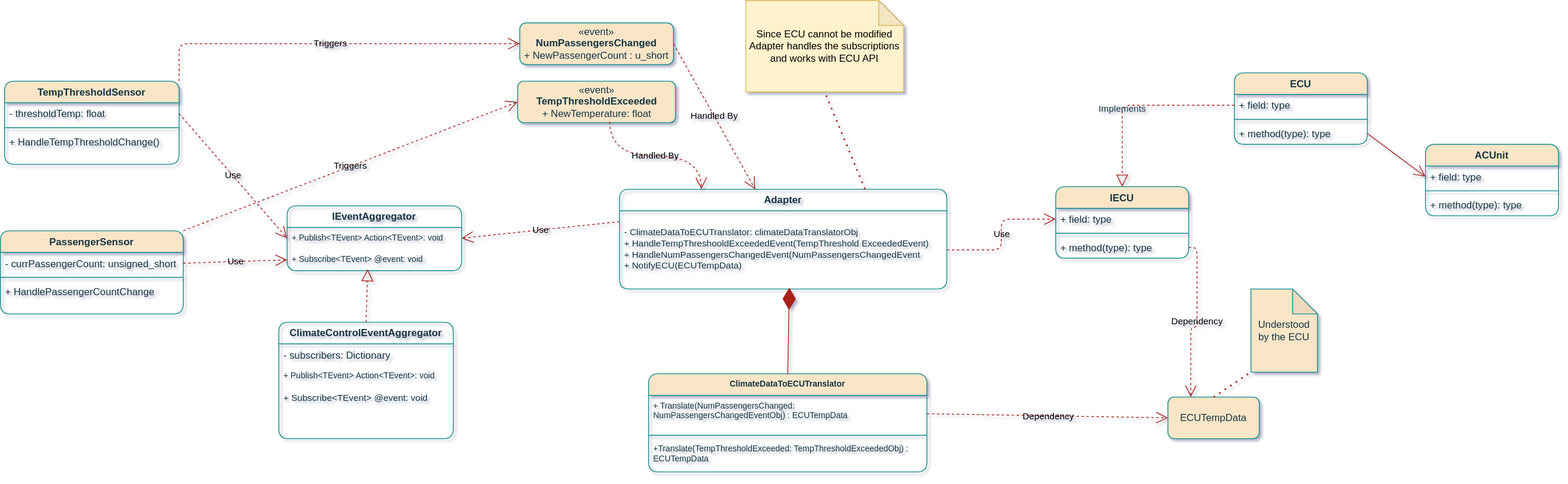
Earlier version of the draw.io export ACCDesignGroup1.drawio.svg (sameert89/AutomaticClimateControlSystem). Source tidied: cells renumbered, new cells last; positions are measured from the earlier drawing's top-left corner, leaving out a move shared by most shapes.
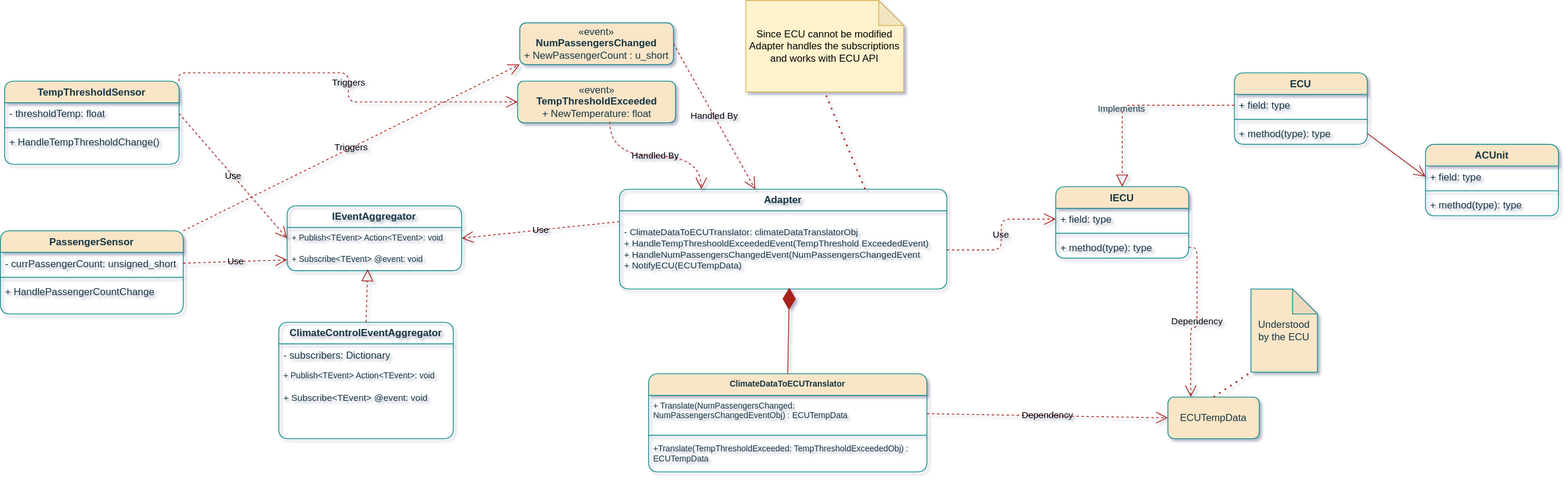
After the commit.

The edit, as a diff of the source:
```diff
@@ -157,10 +157,10 @@
     <mxCell id="52" style="endArrow=open;endFill=1;endSize=12;html=1;rounded=1;entryX=0;entryY=0.5;entryDx=0;entryDy=0;exitX=1;exitY=0.5;exitDx=0;exitDy=0;labelBackgroundColor=none;strokeColor=#A8201A;fontColor=default;" parent="1" edge="1" source="45" target="49">
       <mxGeometry relative="1" as="geometry" />
     </mxCell>
-    <mxCell id="53" value="Triggers" style="endArrow=open;endSize=12;dashed=1;html=1;rounded=1;entryX=0;entryY=0.5;entryDx=0;entryDy=0;exitX=1;exitY=0;exitDx=0;exitDy=0;labelBackgroundColor=none;strokeColor=#A8201A;fontColor=default;edgeStyle=orthogonalEdgeStyle;" parent="1" edge="1" source="2" target="11">
+    <mxCell id="53" value="Triggers" style="endArrow=open;endSize=12;dashed=1;html=1;rounded=1;entryX=0;entryY=0.5;entryDx=0;entryDy=0;exitX=1;exitY=0;exitDx=0;exitDy=0;labelBackgroundColor=none;strokeColor=#A8201A;fontColor=default;edgeStyle=orthogonalEdgeStyle;" parent="1" edge="1" source="2" target="10">
       <mxGeometry relative="1" as="geometry" />
     </mxCell>
-    <mxCell id="54" value="Triggers" style="endArrow=open;endSize=12;dashed=1;html=1;rounded=1;entryX=0;entryY=0.5;entryDx=0;entryDy=0;exitX=1;exitY=0;exitDx=0;exitDy=0;labelBackgroundColor=none;strokeColor=#A8201A;fontColor=default;" parent="1" edge="1" source="6" target="10">
+    <mxCell id="54" value="Triggers" style="endArrow=open;endSize=12;dashed=1;html=1;rounded=1;entryX=0;entryY=1;entryDx=0;entryDy=0;exitX=1;exitY=0;exitDx=0;exitDy=0;labelBackgroundColor=none;strokeColor=#A8201A;fontColor=default;" parent="1" edge="1" source="6" target="11">
       <mxGeometry relative="1" as="geometry" />
     </mxCell>
     <mxCell id="55" value="Handled By" style="endArrow=open;endSize=12;dashed=1;html=1;rounded=1;entryX=0.25;entryY=0;entryDx=0;entryDy=0;exitX=0.583;exitY=0.975;exitDx=0;exitDy=0;labelBackgroundColor=none;strokeColor=#A8201A;fontColor=default;exitPerimeter=0;edgeStyle=orthogonalEdgeStyle;curved=1;" parent="1" edge="1" source="10" target="22">
```
